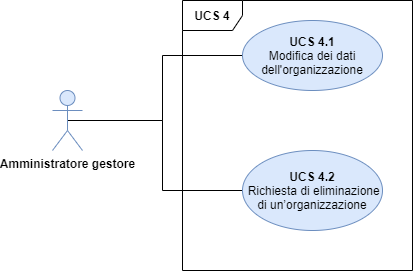
Earlier version of the draw.io export DocumentazioneEsterna/AnalisiDeiRequisiti/Sezioni/UseCase/Immagini/UCS4.png (qb-team/Stalker-Documentazione). Source tidied: cells renumbered, new cells last; positions are measured from the earlier drawing's top-left corner, leaving out a move shared by most shapes.
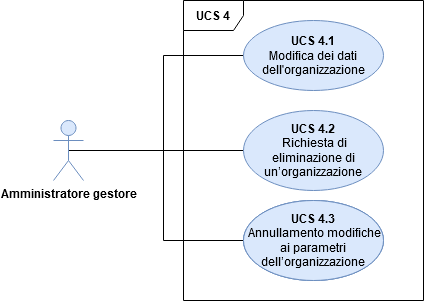
The same file after the commit.

What changed in the source:
```diff
@@ -6,19 +6,36 @@
       <mxGeometry relative="1" as="geometry" />
     </mxCell>
     <mxCell id="3" style="edgeStyle=orthogonalEdgeStyle;rounded=0;jettySize=auto;html=1;entryX=0;entryY=0.5;entryDx=0;entryDy=0;exitX=0.5;exitY=0.5;exitDx=0;exitDy=0;exitPerimeter=0;endArrow=none;endFill=0;" parent="1" edge="1" source="4" target="7">
-      <mxGeometry relative="1" as="geometry" />
+      <mxGeometry relative="1" as="geometry">
+        <Array as="points">
+          <mxPoint x="-620" y="210" />
+          <mxPoint x="-620" y="300" />
+        </Array>
+      </mxGeometry>
     </mxCell>
+    <mxCell id="8" style="edgeStyle=orthogonalEdgeStyle;rounded=0;jettySize=auto;html=1;exitX=0.5;exitY=0.5;exitDx=0;exitDy=0;exitPerimeter=0;entryX=0;entryY=0.5;entryDx=0;entryDy=0;endArrow=none;endFill=0;" parent="1" edge="1" source="4" target="11">
+      <mxGeometry relative="1" as="geometry" />
+    </mxCell>
     <mxCell id="4" value="&lt;b&gt;Amministratore gestore&lt;/b&gt;" style="shape=umlActor;verticalLabelPosition=bottom;labelBackgroundColor=#ffffff;verticalAlign=top;html=1;outlineConnect=0;fillColor=#dae8fc;strokeColor=#6c8ebf;" parent="1" vertex="1">
-      <mxGeometry y="90" width="30" height="60" as="geometry" />
+      <mxGeometry x="-730" y="180" width="30" height="60" as="geometry" />
     </mxCell>
     <mxCell id="5" value="&lt;b&gt;UCS 4&lt;/b&gt;" style="shape=umlFrame;whiteSpace=wrap;html=1;" parent="1" vertex="1">
-      <mxGeometry x="130" width="230" height="270" as="geometry" />
+      <mxGeometry x="-600" y="60" width="240" height="300" as="geometry" />
     </mxCell>
     <mxCell id="6" value="&lt;b&gt;UCS 4.1&lt;/b&gt;&lt;br&gt;Modifica dei dati dell'organizzazione" style="ellipse;whiteSpace=wrap;html=1;fillColor=#dae8fc;strokeColor=#6c8ebf;" parent="1" vertex="1">
-      <mxGeometry x="190" y="20" width="140" height="70" as="geometry" />
+      <mxGeometry x="-540" y="80" width="140" height="70" as="geometry" />
     </mxCell>
     <mxCell id="7" value="&lt;b&gt;UCS 4.2&lt;/b&gt;&lt;br&gt;&amp;nbsp;Richiesta di eliminazione di un’organizzazione" style="ellipse;whiteSpace=wrap;html=1;fillColor=#dae8fc;strokeColor=#6c8ebf;" parent="1" vertex="1">
-      <mxGeometry x="190" y="150" width="140" height="80" as="geometry" />
+      <mxGeometry x="-540" y="260" width="140" height="80" as="geometry" />
     </mxCell>
+    <mxCell id="9" value="&lt;b&gt;UCS 4.2&lt;/b&gt;&lt;br&gt;&amp;nbsp;Richiesta di eliminazione di un’organizzazione" style="ellipse;whiteSpace=wrap;html=1;fillColor=#dae8fc;strokeColor=#6c8ebf;" parent="1" vertex="1">
+      <mxGeometry x="-540" y="260" width="140" height="80" as="geometry" />
+    </mxCell>
+    <mxCell id="10" value="&lt;b&gt;UCS 4.3&lt;/b&gt;&lt;br&gt;&amp;nbsp;Annullamento modifiche ai parametri dell’organizzazione" style="ellipse;whiteSpace=wrap;html=1;fillColor=#dae8fc;strokeColor=#6c8ebf;" parent="1" vertex="1">
+      <mxGeometry x="-540" y="260" width="140" height="80" as="geometry" />
+    </mxCell>
+    <mxCell id="11" value="&lt;b&gt;UCS 4.2&lt;/b&gt;&lt;br&gt;&amp;nbsp;Richiesta di eliminazione di un’organizzazione" style="ellipse;whiteSpace=wrap;html=1;fillColor=#dae8fc;strokeColor=#6c8ebf;" parent="1" vertex="1">
+      <mxGeometry x="-540" y="170" width="140" height="80" as="geometry" />
+    </mxCell>
   </root>
 </mxGraphModel>
```
